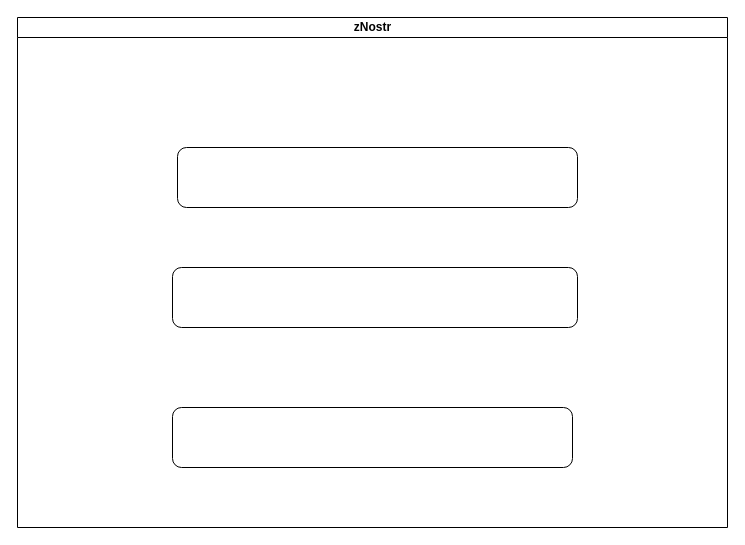
Earlier version of the draw.io diagram hip-b.drawio (sglk123/lingkangsg). Source tidied: cells renumbered, new cells numbered last; positions are measured from the earlier drawing's top-left corner, leaving out a move shared by most shapes. Both pictures are drawn from the tidied source at 100%, with x=0, y=0 at pixel (17, 17).
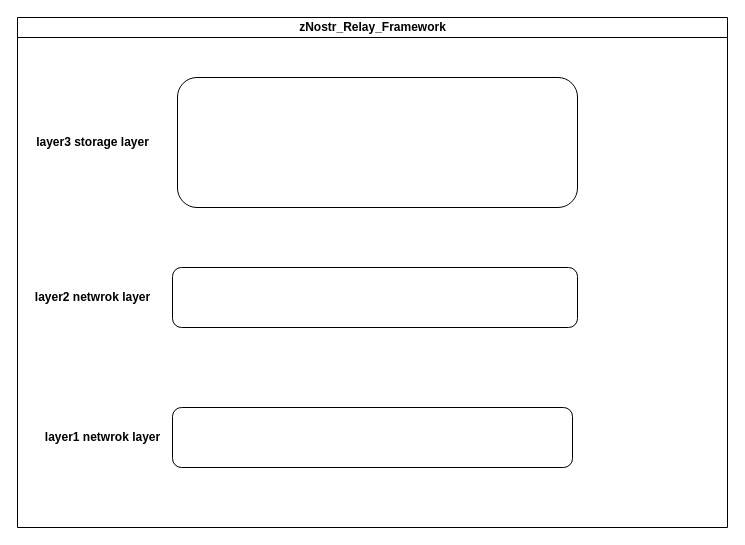
After the change.

Change to the diagram source:
```diff
@@
 <mxGraphModel>
   <root>
     <mxCell id="0" />
     <mxCell id="1" parent="0" />
-    <mxCell id="2" value="zNostr" style="swimlane;html=1;startSize=20;horizontal=1;containerType=tree;glass=0;" parent="1" vertex="1">
+    <mxCell id="2" value="zNostr_Relay_Framework" style="swimlane;html=1;startSize=20;horizontal=1;containerType=tree;glass=0;" parent="1" vertex="1">
       <mxGeometry width="710" height="510" as="geometry" />
     </mxCell>
     <mxCell id="3" style="rounded=1;whiteSpace=wrap;html=1;" parent="2" vertex="1">
       <mxGeometry x="155" y="390" width="400" height="60" as="geometry" />
     </mxCell>
     <mxCell id="4" style="rounded=1;whiteSpace=wrap;html=1;" parent="2" vertex="1">
       <mxGeometry x="155" y="250" width="405" height="60" as="geometry" />
     </mxCell>
     <mxCell id="5" style="rounded=1;whiteSpace=wrap;html=1;" parent="2" vertex="1">
-      <mxGeometry x="160" y="130" width="400" height="60" as="geometry" />
+      <mxGeometry x="160" y="60" width="400" height="130" as="geometry" />
     </mxCell>
+    <mxCell id="6" value="layer1 netwrok layer" style="text;html=1;align=center;verticalAlign=middle;strokeColor=none;fillColor=none;fontStyle=1;" parent="2" vertex="1">
+      <mxGeometry x="15" y="405" width="140" height="30" as="geometry" />
+    </mxCell>
+    <mxCell id="7" value="layer2 netwrok layer" style="text;html=1;align=center;verticalAlign=middle;strokeColor=none;fillColor=none;fontStyle=1;" parent="2" vertex="1">
+      <mxGeometry x="5" y="265" width="140" height="30" as="geometry" />
+    </mxCell>
+    <mxCell id="8" value="layer3 storage layer" style="text;html=1;align=center;verticalAlign=middle;strokeColor=none;fillColor=none;fontStyle=1;" parent="2" vertex="1">
+      <mxGeometry x="5" y="110" width="140" height="30" as="geometry" />
+    </mxCell>
   </root>
 </mxGraphModel>
```
